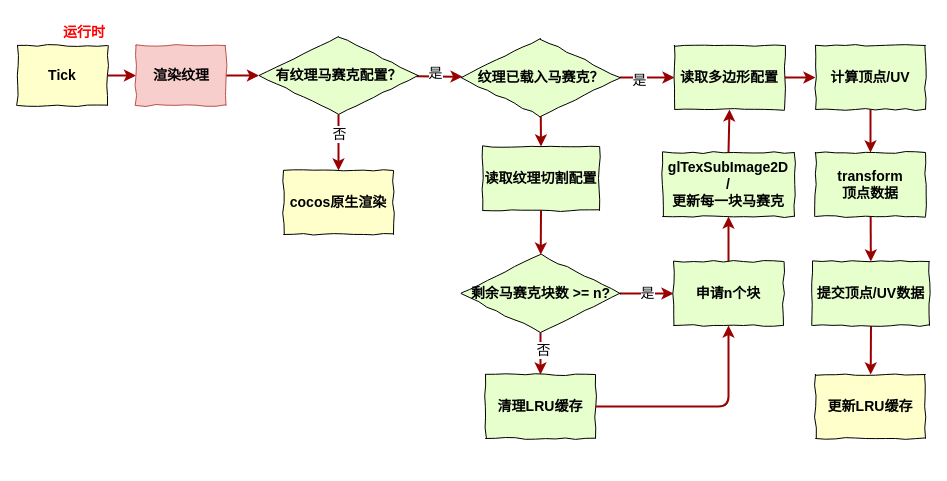
imzoer/imzoer.github.io keeps this draw.io diagram as Untitled Diagram.drawio. Above is the earlier version. Source tidied: cells renumbered, new cells numbered last; positions are measured from the earlier drawing's top-left corner, leaving out a move shared by most shapes. Both pictures are drawn from the tidied source at 100%, with x=0, y=0 at pixel (17, 17).
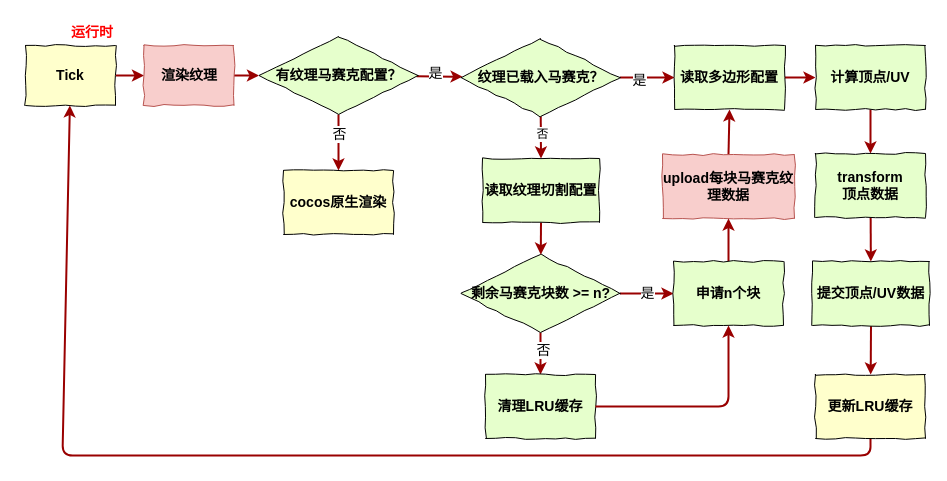
The same diagram, later.

Unchanged cells that the change refers to:
```xml
<mxCell id="9" style="edgeStyle=none;comic=0;jettySize=auto;html=1;strokeColor=#990000;strokeWidth=2;fontColor=#000000;entryX=0.5;entryY=0;entryDx=0;entryDy=0;fontSize=14;" parent="1" edge="1" source="10" target="28">
  <mxGeometry relative="1" as="geometry" />
</mxCell>
<mxCell id="26" value="更新LRU缓存" style="rounded=0;whiteSpace=wrap;html=1;shadow=0;comic=1;strokeColor=#000000;strokeWidth=1;fillColor=#ffffff;fontColor=#000000;fillColor=#FFFFCC;comic=1;fontStyle=1;fontSize=14;" parent="1" vertex="1">
  <mxGeometry x="798" y="357" width="110" height="64" as="geometry" />
</mxCell>
```

The edit, as a diff of the source:
```diff
@@
+    <mxCell id="38" value="否" style="text;html=1;align=center;verticalAlign=middle;labelBackgroundColor=#ffffff;" parent="9" vertex="1">
+      <mxGeometry x="-0.13" y="1" relative="1" as="geometry" />
+    </mxCell>
@@
     <mxCell id="16" value="Tick" style="whiteSpace=wrap;align=center;verticalAlign=middle;fontStyle=1;strokeWidth=1;fillColor=#FFFFCC;comic=1;fontSize=14;" parent="1" vertex="1">
-      <mxGeometry y="28" width="90" height="60" as="geometry" />
+      <mxGeometry x="8" y="28" width="90" height="60" as="geometry" />
     </mxCell>
     <mxCell id="17" value="运行时" style="text;html=1;comic=1;fontStyle=1;fontColor=#FF0000;fontSize=14;" parent="1" vertex="1">
-      <mxGeometry x="44" width="60" height="30" as="geometry" />
+      <mxGeometry x="52" width="60" height="30" as="geometry" />
     </mxCell>
@@
     <mxCell id="24" value="transform&lt;br&gt;顶点数据" style="rounded=0;whiteSpace=wrap;html=1;shadow=0;comic=1;strokeColor=#000000;strokeWidth=1;fillColor=#ffffff;fontColor=#000000;fillColor=#E6FFCC;comic=1;fontStyle=1;fontSize=14;" parent="1" vertex="1">
-      <mxGeometry x="798" y="135" width="110" height="64" as="geometry" />
+      <mxGeometry x="798" y="136" width="110" height="64" as="geometry" />
     </mxCell>
@@
+    <mxCell id="39" style="edgeStyle=none;comic=0;jettySize=auto;html=1;exitX=0.5;exitY=1;exitDx=0;exitDy=0;strokeColor=#990000;strokeWidth=2;fontColor=#000000;fontSize=14;" parent="1" edge="1" source="26" target="16">
+      <mxGeometry relative="1" as="geometry">
+        <Array as="points">
+          <mxPoint x="853" y="438" />
+          <mxPoint x="45" y="438" />
+        </Array>
+      </mxGeometry>
+    </mxCell>
@@
     <mxCell id="28" value="读取纹理切割配置" style="rounded=0;whiteSpace=wrap;html=1;shadow=0;comic=1;strokeColor=#000000;strokeWidth=1;fillColor=#ffffff;fontColor=#000000;fillColor=#E6FFCC;comic=1;fontStyle=1;fontSize=14;" parent="1" vertex="1">
-      <mxGeometry x="465" y="129" width="117" height="64" as="geometry" />
+      <mxGeometry x="465" y="141" width="117" height="64" as="geometry" />
     </mxCell>
@@
-    <mxCell id="30" value="glTexSubImage2D&lt;br style=&quot;font-size: 14px;&quot;&gt;/&lt;br style=&quot;font-size: 14px;&quot;&gt;更新每一块马赛克" style="rounded=0;whiteSpace=wrap;html=1;shadow=0;comic=1;strokeColor=#000000;strokeWidth=1;fillColor=#ffffff;fontColor=#000000;fillColor=#E6FFCC;comic=1;fontStyle=1;fontSize=14;" parent="1" vertex="1">
-      <mxGeometry x="645" y="135" width="132" height="64" as="geometry" />
+    <mxCell id="30" value="upload每块马赛克纹理数据" style="rounded=0;whiteSpace=wrap;html=1;shadow=0;comic=1;strokeColor=#b85450;strokeWidth=1;fillColor=#E6D0DE;fillColor=#f8cecc;comic=1;fontStyle=1;fontSize=14;" parent="1" vertex="1">
+      <mxGeometry x="645" y="137" width="132" height="64" as="geometry" />
     </mxCell>
@@
     <mxCell id="32" value="渲染纹理" style="whiteSpace=wrap;align=center;verticalAlign=middle;fontStyle=1;strokeWidth=1;fillColor=#f8cecc;comic=1;strokeColor=#b85450;fontSize=14;" parent="1" vertex="1">
-      <mxGeometry x="118.5" y="28" width="90" height="60" as="geometry" />
+      <mxGeometry x="126.5" y="28" width="90" height="60" as="geometry" />
     </mxCell>
```
